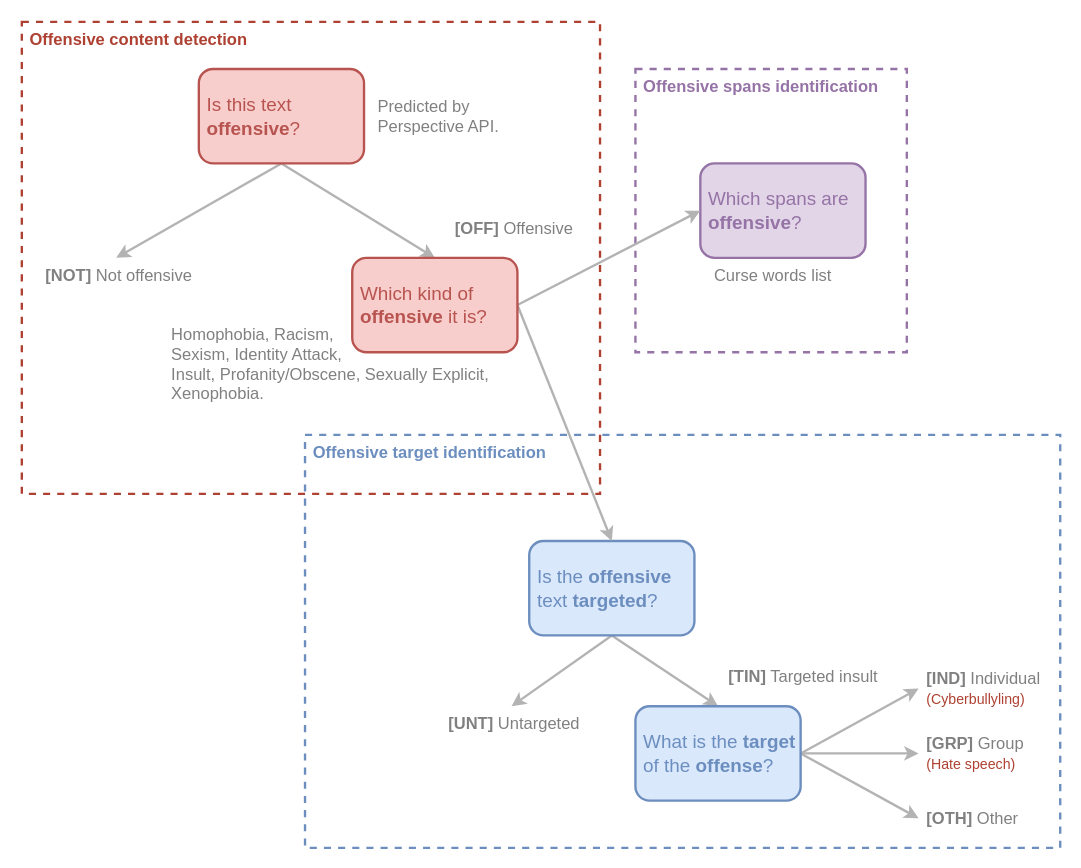
DougTrajano/ToChiquinho keeps this draw.io diagram as page "hierarchical_levels2" (3 of 4) of docs/diagrams/diagrams.drawio. Above is the earlier version. Source tidied: cells renumbered, new cells numbered last; positions are measured from the earlier drawing's top-left corner, leaving out a move shared by most shapes. Both pictures are drawn from the tidied source at 118%, with x=0, y=0 at pixel (21, 21).
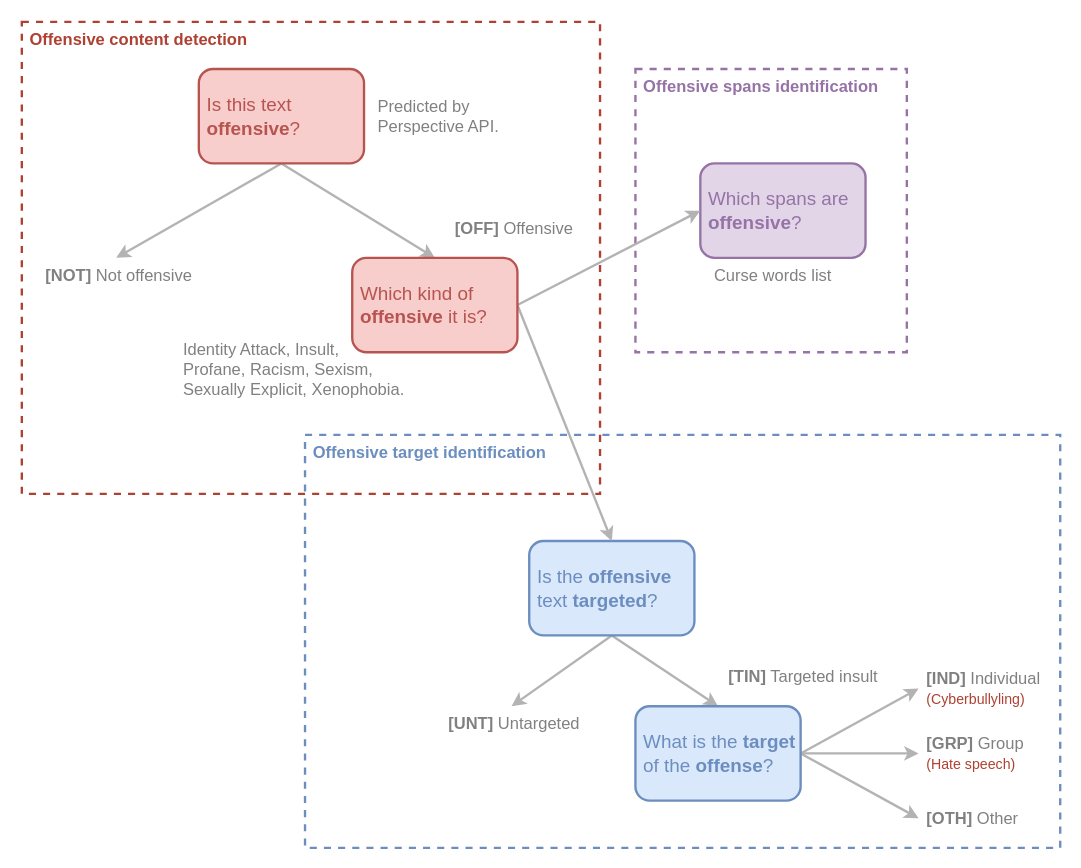
Above is the later version.

Diff of the diagram source:
```diff
@@
-    <mxCell id="26" value="&lt;font color=&quot;#808080&quot;&gt;&lt;span&gt;Homophobia, Racism,&lt;br&gt;Sexism, Identity Attack,&lt;br&gt;Insult, Profanity/Obscene, Sexually Explicit, Xenophobia.&lt;/span&gt;&lt;/font&gt;" style="text;html=1;strokeColor=none;fillColor=none;align=left;verticalAlign=middle;whiteSpace=wrap;rounded=0;fontSize=14;fontColor=#6C8EBF;spacingLeft=5;fontStyle=0;" parent="1" vertex="1">
-      <mxGeometry x="120" y="250" width="280" height="80" as="geometry" />
+    <mxCell id="26" value="&lt;font color=&quot;#808080&quot;&gt;Identity Attack, Insult,&lt;br&gt;Profane, Racism, Sexism,&lt;br&gt;Sexually Explicit, Xenophobia.&lt;/font&gt;" style="text;html=1;strokeColor=none;fillColor=none;align=left;verticalAlign=middle;whiteSpace=wrap;rounded=0;fontSize=14;fontColor=#6C8EBF;spacingLeft=5;fontStyle=0;" parent="1" vertex="1">
+      <mxGeometry x="130" y="260" width="280" height="70" as="geometry" />
     </mxCell>
```
